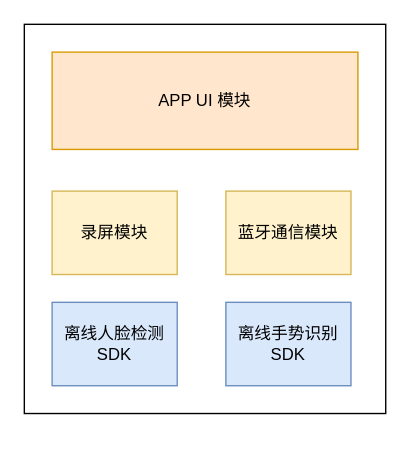
Earlier version of the draw.io diagram page "第 1 页" (1 of 2) of T2093.drawio (liuao2010/drawio). Source tidied: cells renumbered, new cells numbered last; positions are measured from the earlier drawing's top-left corner, leaving out a move shared by most shapes. Both pictures are drawn from the tidied source at 139%, with x=0, y=0 at pixel (24, 24).
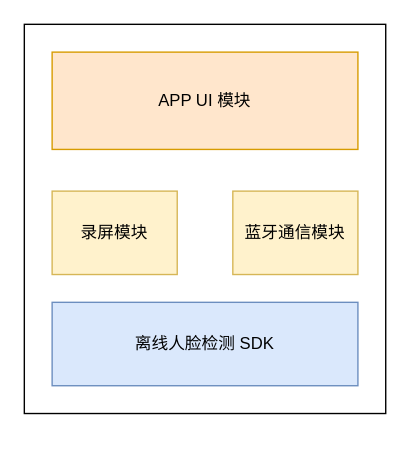
Above is the later version.

Diff of the diagram source:
```diff
@@
 <mxGraphModel>
   <root>
     <mxCell id="0" />
     <mxCell id="1" parent="0" />
     <mxCell id="2" style="rounded=0;whiteSpace=wrap;html=1;" parent="1" vertex="1">
       <mxGeometry width="260" height="280" as="geometry" />
     </mxCell>
     <mxCell id="3" value="录屏模块" style="rounded=0;whiteSpace=wrap;html=1;fillColor=#fff2cc;strokeColor=#d6b656;" parent="1" vertex="1">
       <mxGeometry x="20" y="120" width="90" height="60" as="geometry" />
     </mxCell>
     <mxCell id="4" value="蓝牙通信模块" style="rounded=0;whiteSpace=wrap;html=1;fillColor=#fff2cc;strokeColor=#d6b656;" parent="1" vertex="1">
-      <mxGeometry x="145" y="120" width="90" height="60" as="geometry" />
+      <mxGeometry x="150" y="120" width="90" height="60" as="geometry" />
     </mxCell>
     <mxCell id="5" value="离线人脸检测 SDK" style="rounded=0;whiteSpace=wrap;html=1;fillColor=#dae8fc;strokeColor=#6c8ebf;" parent="1" vertex="1">
-      <mxGeometry x="20" y="200" width="90" height="60" as="geometry" />
+      <mxGeometry x="20" y="200" width="220" height="60" as="geometry" />
     </mxCell>
     <mxCell id="6" value="APP UI 模块" style="rounded=0;whiteSpace=wrap;html=1;fillColor=#ffe6cc;strokeColor=#d79b00;" parent="1" vertex="1">
       <mxGeometry x="20" y="20" width="220" height="70" as="geometry" />
     </mxCell>
     <mxCell id="7" style="edgeStyle=orthogonalEdgeStyle;rounded=0;orthogonalLoop=1;jettySize=auto;html=1;exitX=0.5;exitY=1;exitDx=0;exitDy=0;" parent="1" edge="1" source="2" target="2">
       <mxGeometry relative="1" as="geometry" />
     </mxCell>
-    <mxCell id="8" value="离线手势识别 SDK" style="rounded=0;whiteSpace=wrap;html=1;fillColor=#dae8fc;strokeColor=#6c8ebf;" parent="1" vertex="1">
-      <mxGeometry x="145" y="200" width="90" height="60" as="geometry" />
-    </mxCell>
   </root>
 </mxGraphModel>
```
